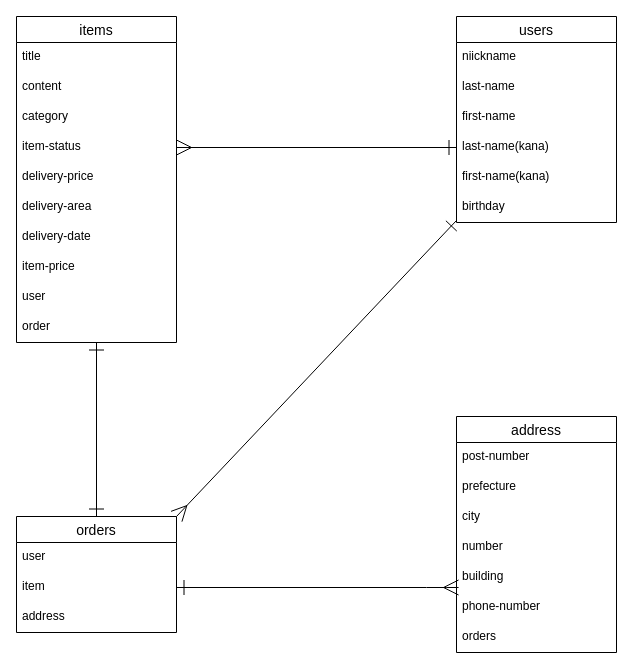
kiki2613/furima-40936 keeps this draw.io diagram as test.dio. Above is the earlier version. Source tidied: cells renumbered, new cells numbered last; positions are measured from the earlier drawing's top-left corner, leaving out a move shared by most shapes. Both pictures are drawn from the tidied source at 100%, with x=0, y=0 at pixel (16, 16).
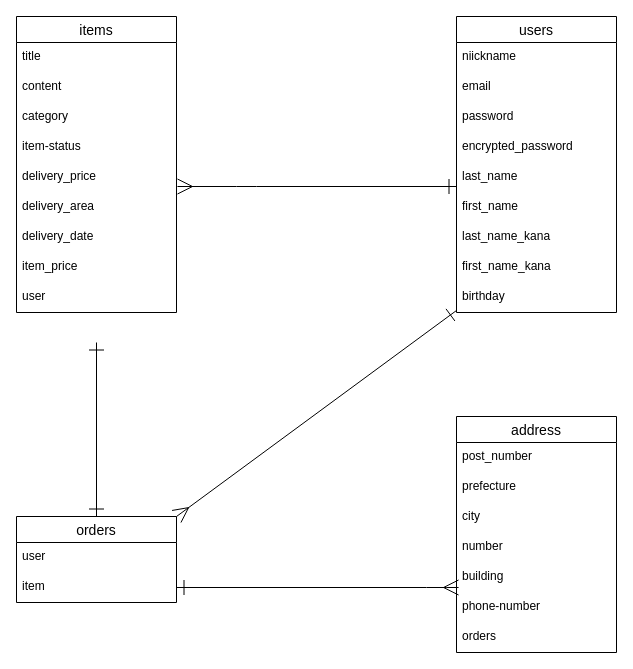
After the change.

Commit message (it also covers changes not shown here):
コードレビュー後修正

The change refers to these unchanged cells:
```xml
<mxCell id="6" value="item-status" style="text;strokeColor=none;fillColor=none;spacingLeft=4;spacingRight=4;overflow=hidden;points=[[0,0.5],[1,0.5]];portConstraint=eastwest;fontSize=12;" parent="2" vertex="1">
  <mxGeometry y="116" width="160" height="30" as="geometry" />
</mxCell>
<mxCell id="17" value="address" style="swimlane;fontStyle=0;horizontal=1;startSize=26;align=center;fontSize=14;" parent="1" vertex="1">
  <mxGeometry x="440" y="400" width="160" height="236" as="geometry" />
</mxCell>
```

Change to the diagram source:
```diff
@@
     <mxCell id="2" value="items" style="swimlane;fontStyle=0;horizontal=1;startSize=26;align=center;fontSize=14;" parent="1" vertex="1">
-      <mxGeometry width="160" height="326" as="geometry" />
+      <mxGeometry width="160" height="296" as="geometry" />
     </mxCell>
@@
-    <mxCell id="7" value="delivery-price&#10;" style="text;strokeColor=none;fillColor=none;spacingLeft=4;spacingRight=4;overflow=hidden;points=[[0,0.5],[1,0.5]];portConstraint=eastwest;fontSize=12;" parent="2" vertex="1">
+    <mxCell id="7" value="delivery_price&#10;" style="text;strokeColor=none;fillColor=none;spacingLeft=4;spacingRight=4;overflow=hidden;points=[[0,0.5],[1,0.5]];portConstraint=eastwest;fontSize=12;" parent="2" vertex="1">
       <mxGeometry y="146" width="160" height="30" as="geometry" />
     </mxCell>
-    <mxCell id="8" value="delivery-area" style="text;strokeColor=none;fillColor=none;spacingLeft=4;spacingRight=4;overflow=hidden;fontSize=12;" parent="2" vertex="1">
+    <mxCell id="8" value="delivery_area" style="text;strokeColor=none;fillColor=none;spacingLeft=4;spacingRight=4;overflow=hidden;fontSize=12;" parent="2" vertex="1">
       <mxGeometry y="176" width="160" height="30" as="geometry" />
     </mxCell>
-    <mxCell id="9" value="delivery-date" style="text;strokeColor=none;fillColor=none;spacingLeft=4;spacingRight=4;overflow=hidden;fontSize=12;" parent="2" vertex="1">
+    <mxCell id="9" value="delivery_date" style="text;strokeColor=none;fillColor=none;spacingLeft=4;spacingRight=4;overflow=hidden;fontSize=12;" parent="2" vertex="1">
       <mxGeometry y="206" width="160" height="30" as="geometry" />
     </mxCell>
-    <mxCell id="10" value="item-price" style="text;strokeColor=none;fillColor=none;spacingLeft=4;spacingRight=4;overflow=hidden;fontSize=12;" parent="2" vertex="1">
+    <mxCell id="10" value="item_price" style="text;strokeColor=none;fillColor=none;spacingLeft=4;spacingRight=4;overflow=hidden;fontSize=12;" parent="2" vertex="1">
       <mxGeometry y="236" width="160" height="30" as="geometry" />
     </mxCell>
@@
-    <mxCell id="12" value="order" style="text;strokeColor=none;fillColor=none;spacingLeft=4;spacingRight=4;overflow=hidden;points=[[0,0.5],[1,0.5]];portConstraint=eastwest;fontSize=12;" parent="2" vertex="1">
-      <mxGeometry y="296" width="160" height="30" as="geometry" />
-    </mxCell>
     <mxCell id="13" value="orders" style="swimlane;fontStyle=0;horizontal=1;startSize=26;align=center;fontSize=14;" parent="1" vertex="1">
-      <mxGeometry y="500" width="160" height="116" as="geometry" />
+      <mxGeometry y="500" width="160" height="86" as="geometry" />
     </mxCell>
@@
-    <mxCell id="16" value="address" style="text;strokeColor=none;fillColor=none;spacingLeft=4;spacingRight=4;overflow=hidden;fontSize=12;" parent="13" vertex="1">
-      <mxGeometry y="86" width="160" height="30" as="geometry" />
-    </mxCell>
@@
-    <mxCell id="18" value="post-number" style="text;strokeColor=none;fillColor=none;spacingLeft=4;spacingRight=4;overflow=hidden;fontSize=12;" parent="17" vertex="1">
+    <mxCell id="18" value="post_number" style="text;strokeColor=none;fillColor=none;spacingLeft=4;spacingRight=4;overflow=hidden;fontSize=12;" parent="17" vertex="1">
       <mxGeometry y="26" width="160" height="30" as="geometry" />
     </mxCell>
@@
     <mxCell id="25" value="users" style="swimlane;fontStyle=0;horizontal=1;startSize=26;align=center;fontSize=14;" parent="1" vertex="1">
-      <mxGeometry x="440" width="160" height="206" as="geometry" />
+      <mxGeometry x="440" width="160" height="296" as="geometry" />
     </mxCell>
@@
+    <mxCell id="36" value="email" style="text;strokeColor=none;fillColor=none;spacingLeft=4;spacingRight=4;overflow=hidden;fontSize=12;" parent="25" vertex="1">
+      <mxGeometry y="56" width="160" height="30" as="geometry" />
+    </mxCell>
+    <mxCell id="37" value="password" style="text;strokeColor=none;fillColor=none;spacingLeft=4;spacingRight=4;overflow=hidden;fontSize=12;" parent="25" vertex="1">
+      <mxGeometry y="86" width="160" height="30" as="geometry" />
+    </mxCell>
+    <mxCell id="38" value="encrypted_password" style="text;strokeColor=none;fillColor=none;spacingLeft=4;spacingRight=4;overflow=hidden;fontSize=12;" parent="25" vertex="1">
+      <mxGeometry y="116" width="160" height="30" as="geometry" />
+    </mxCell>
-    <mxCell id="27" value="last-name" style="text;strokeColor=none;fillColor=none;spacingLeft=4;spacingRight=4;overflow=hidden;fontSize=12;" parent="25" vertex="1">
-      <mxGeometry y="56" width="160" height="30" as="geometry" />
+    <mxCell id="27" value="last_name" style="text;strokeColor=none;fillColor=none;spacingLeft=4;spacingRight=4;overflow=hidden;fontSize=12;" parent="25" vertex="1">
+      <mxGeometry y="146" width="160" height="30" as="geometry" />
     </mxCell>
-    <mxCell id="28" value="first-name" style="text;strokeColor=none;fillColor=none;spacingLeft=4;spacingRight=4;overflow=hidden;fontSize=12;" parent="25" vertex="1">
-      <mxGeometry y="86" width="160" height="30" as="geometry" />
+    <mxCell id="28" value="first_name" style="text;strokeColor=none;fillColor=none;spacingLeft=4;spacingRight=4;overflow=hidden;fontSize=12;" parent="25" vertex="1">
+      <mxGeometry y="176" width="160" height="30" as="geometry" />
     </mxCell>
-    <mxCell id="29" value="last-name(kana)" style="text;strokeColor=none;fillColor=none;spacingLeft=4;spacingRight=4;overflow=hidden;points=[[0,0.5],[1,0.5]];portConstraint=eastwest;fontSize=12;" parent="25" vertex="1">
-      <mxGeometry y="116" width="160" height="30" as="geometry" />
+    <mxCell id="29" value="last_name_kana" style="text;strokeColor=none;fillColor=none;spacingLeft=4;spacingRight=4;overflow=hidden;points=[[0,0.5],[1,0.5]];portConstraint=eastwest;fontSize=12;" parent="25" vertex="1">
+      <mxGeometry y="206" width="160" height="30" as="geometry" />
     </mxCell>
-    <mxCell id="30" value="first-name(kana)" style="text;strokeColor=none;fillColor=none;spacingLeft=4;spacingRight=4;overflow=hidden;fontSize=12;" parent="25" vertex="1">
-      <mxGeometry y="146" width="160" height="30" as="geometry" />
+    <mxCell id="30" value="first_name_kana" style="text;strokeColor=none;fillColor=none;spacingLeft=4;spacingRight=4;overflow=hidden;fontSize=12;" parent="25" vertex="1">
+      <mxGeometry y="236" width="160" height="30" as="geometry" />
     </mxCell>
     <mxCell id="31" value="birthday" style="text;strokeColor=none;fillColor=none;spacingLeft=4;spacingRight=4;overflow=hidden;points=[[0,0.5],[1,0.5]];portConstraint=eastwest;fontSize=12;" parent="25" vertex="1">
-      <mxGeometry y="176" width="160" height="30" as="geometry" />
+      <mxGeometry y="266" width="160" height="30" as="geometry" />
     </mxCell>
-    <mxCell id="32" style="edgeStyle=none;html=1;entryX=0;entryY=0.5;entryDx=0;entryDy=0;endArrow=ERone;endFill=0;startArrow=ERmany;startFill=0;endSize=13;startSize=13;" parent="1" edge="1" source="6" target="29">
-      <mxGeometry relative="1" as="geometry" />
+    <mxCell id="32" style="edgeStyle=none;html=1;endArrow=ERone;endFill=0;startArrow=ERmany;startFill=0;endSize=13;startSize=13;exitX=1.006;exitY=0.8;exitDx=0;exitDy=0;exitPerimeter=0;" parent="1" edge="1" source="7">
+      <mxGeometry relative="1" as="geometry">
+        <mxPoint x="440" y="170" as="targetPoint" />
+        <Array as="points">
+          <mxPoint x="230" y="170" />
+        </Array>
+      </mxGeometry>
     </mxCell>
@@
-    <mxCell id="34" style="edgeStyle=none;html=1;entryX=0.5;entryY=0;entryDx=0;entryDy=0;startArrow=ERone;startFill=0;endArrow=ERone;endFill=0;startSize=13;endSize=13;" parent="1" edge="1" source="12" target="13">
-      <mxGeometry relative="1" as="geometry" />
+    <mxCell id="34" style="edgeStyle=none;html=1;entryX=0.5;entryY=0;entryDx=0;entryDy=0;startArrow=ERone;startFill=0;endArrow=ERone;endFill=0;startSize=13;endSize=13;" parent="1" edge="1" target="13">
+      <mxGeometry relative="1" as="geometry">
+        <mxPoint x="80" y="326" as="sourcePoint" />
+      </mxGeometry>
     </mxCell>
```
